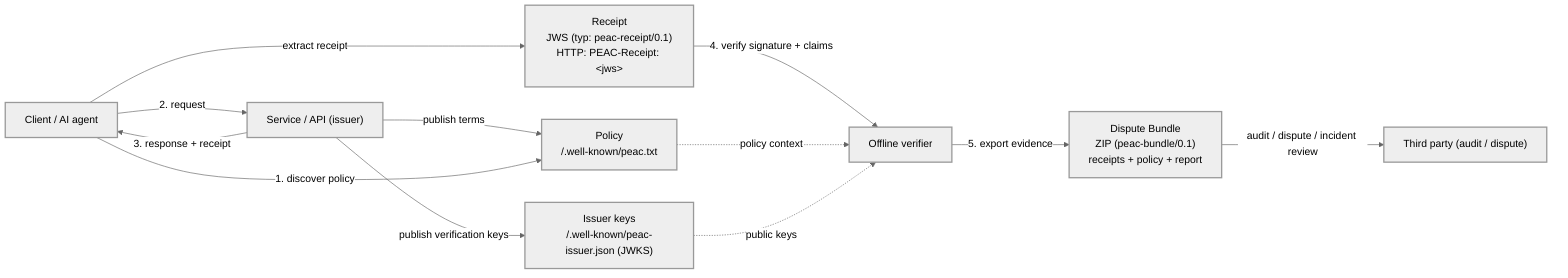
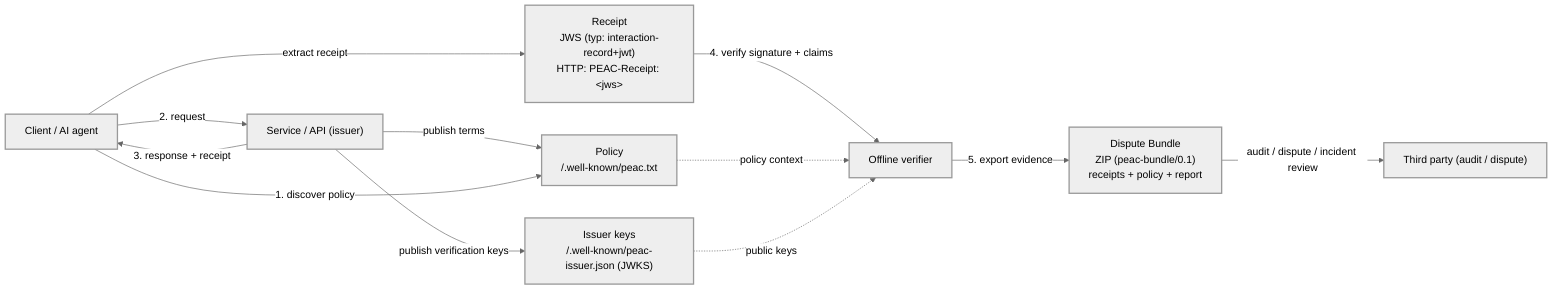
%%{init: {'theme':'neutral'} }%%
flowchart LR
  A["Client / AI agent"]
  S["Service / API (issuer)"]
  V["Offline verifier"]
  T["Third party (audit / dispute)"]

  P["Policy<br/>/.well-known/peac.txt"]
  K["Issuer keys<br/>/.well-known/peac-issuer.json (JWKS)"]
-   R["Receipt<br/>JWS (typ: peac-receipt/0.1)<br/>HTTP: PEAC-Receipt: &lt;jws&gt;"]
+   R["Receipt<br/>JWS (typ: interaction-record+jwt)<br/>HTTP: PEAC-Receipt: &lt;jws&gt;"]
  B["Dispute Bundle<br/>ZIP (peac-bundle/0.1)<br/>receipts + policy + report"]

  S -->|publish terms| P
  S -->|publish verification keys| K
  A -->|1. discover policy| P
  A -->|2. request| S
  S -->|3. response + receipt| A
  A -->|extract receipt| R
  R -->|4. verify signature + claims| V
  P -.->|policy context| V
  K -.->|public keys| V
  V -->|5. export evidence| B
  B -->|audit / dispute / incident review| T

  classDef actor stroke-width:2px
  classDef artifact stroke-width:2px
  classDef evidence stroke-width:2px
  class A,S,V,T actor
  class P,K,R artifact
  class B evidence
